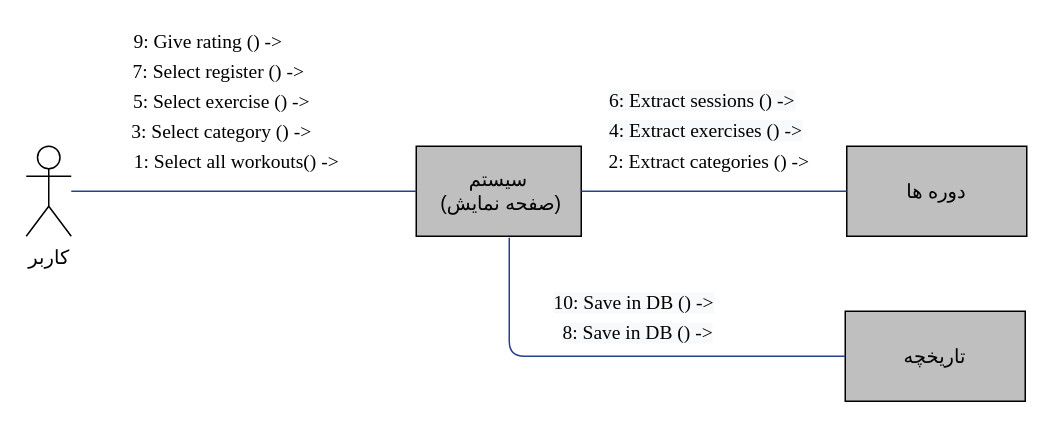
ShadiMe-flutter/Workout keeps this draw.io diagram as Docs./CommunicationDiagram-Workouts.drawio. Above is the earlier version. Source tidied: cells renumbered, new cells numbered last; positions are measured from the earlier drawing's top-left corner, leaving out a move shared by most shapes. Both pictures are drawn from the tidied source at 150%, with x=0, y=0 at pixel (26, 26).
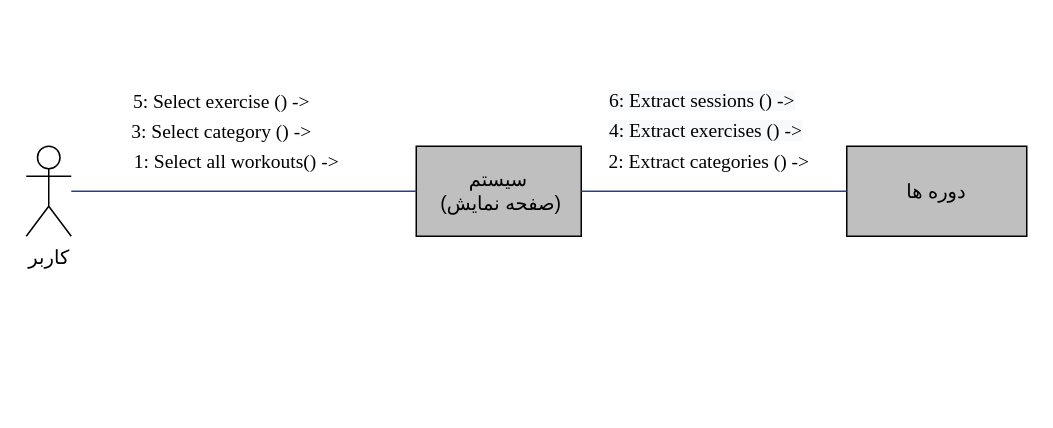
The same page after the edit.

What changed in the source:
```diff
@@
-    <mxCell id="12" value="&lt;font face=&quot;Times New Roman&quot; style=&quot;font-size: 13px&quot;&gt;7: Select register () -&amp;gt;&lt;/font&gt;" style="text;html=1;align=center;verticalAlign=middle;" parent="1" vertex="1">
-      <mxGeometry x="63" y="20" width="130" height="20" as="geometry" />
-    </mxCell>
-    <mxCell id="13" value="&lt;span style=&quot;color: rgb(0 , 0 , 0) ; font-style: normal ; font-weight: normal ; letter-spacing: normal ; text-align: center ; text-indent: 0px ; text-transform: none ; word-spacing: 0px ; background-color: rgb(248 , 249 , 250) ; text-decoration: none ; display: inline ; float: none&quot;&gt;&lt;font style=&quot;font-size: 13px&quot; face=&quot;Times New Roman&quot;&gt;8: Save in DB () -&amp;gt;&lt;/font&gt;&lt;/span&gt;" style="text;whiteSpace=wrap;html=1;rotation=0;" parent="1" vertex="1">
-      <mxGeometry x="356" y="190" width="170" height="30" as="geometry" />
-    </mxCell>
-    <mxCell id="14" value="&lt;font style=&quot;font-size: 13px&quot; face=&quot;B Zar&quot;&gt;تاریخچه&lt;/font&gt;" style="rounded=0;whiteSpace=wrap;html=1;fillColor=#BFBFBF;" parent="1" vertex="1">
-      <mxGeometry x="546" y="190" width="120" height="60" as="geometry" />
-    </mxCell>
-    <mxCell id="15" style="endArrow=none;html=1;exitX=0;exitY=0.5;exitDx=0;exitDy=0;strokeColor=#28408E;" parent="1" edge="1" source="14">
-      <mxGeometry relative="1" as="geometry">
-        <mxPoint x="322" y="141" as="targetPoint" />
-        <Array as="points">
-          <mxPoint x="322" y="220" />
-        </Array>
-      </mxGeometry>
-    </mxCell>
@@
-    <mxCell id="17" value="&lt;font face=&quot;Times New Roman&quot; style=&quot;font-size: 13px&quot;&gt;9: Give rating () -&amp;gt;&lt;/font&gt;" style="text;html=1;align=center;verticalAlign=middle;" parent="1" vertex="1">
-      <mxGeometry x="66" width="110" height="20" as="geometry" />
-    </mxCell>
-    <mxCell id="18" value="&lt;span style=&quot;color: rgb(0 , 0 , 0) ; font-style: normal ; font-weight: normal ; letter-spacing: normal ; text-align: center ; text-indent: 0px ; text-transform: none ; word-spacing: 0px ; background-color: rgb(248 , 249 , 250) ; text-decoration: none ; display: inline ; float: none&quot;&gt;&lt;font face=&quot;Times New Roman&quot; style=&quot;font-size: 13px&quot;&gt;10: Save in DB () -&amp;gt;&lt;/font&gt;&lt;/span&gt;" style="text;whiteSpace=wrap;html=1;rotation=0;" parent="1" vertex="1">
-      <mxGeometry x="350" y="170" width="170" height="30" as="geometry" />
-    </mxCell>
```
